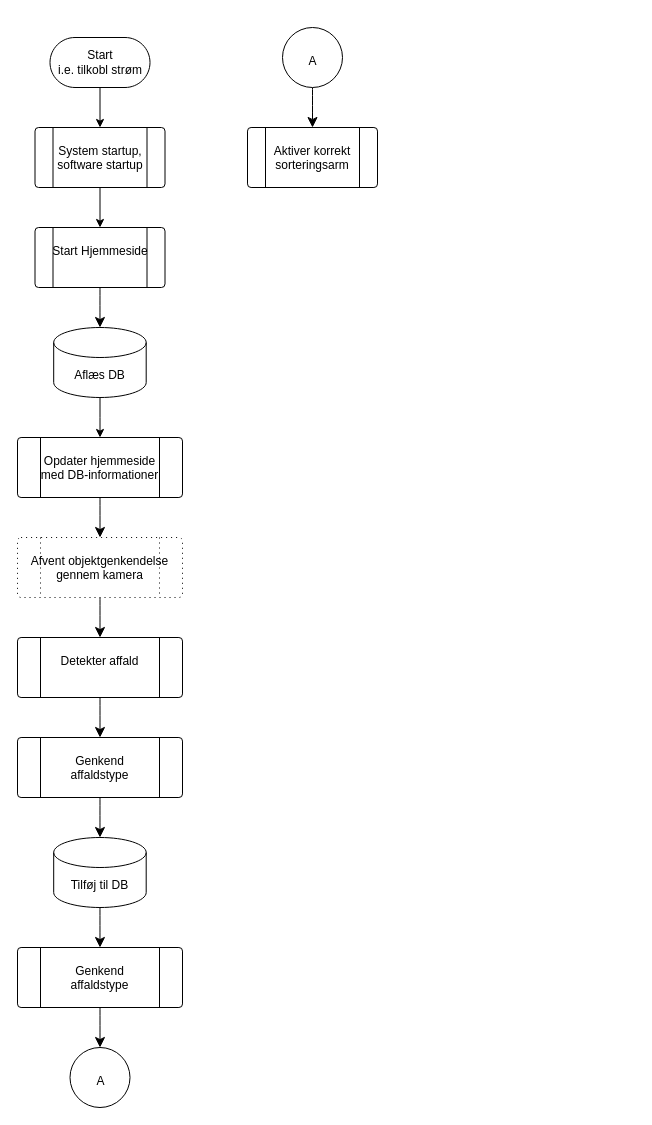
Before: flowchart.drawio in KEA-F25-B8-IoT2/SAAS, a draw.io diagram. Source tidied: cells renumbered, new cells numbered last; positions are measured from the earlier drawing's top-left corner, leaving out a move shared by most shapes. Both pictures are drawn from the tidied source at 100%, with x=0, y=0 at pixel (17, 27).
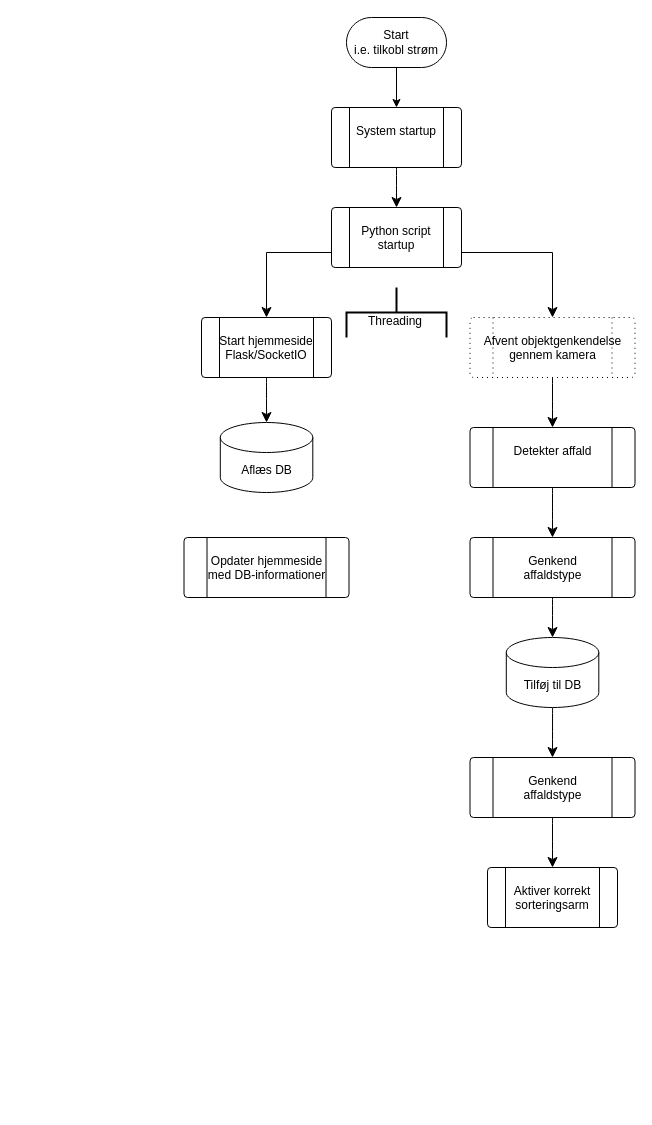
Above is the later version.

Commit message:
Updated with threading in mind

What changed in the source:
```diff
@@
     <mxCell id="3" value="Start&lt;br&gt;i.e. tilkobl strøm" style="html=1;dashed=0;whiteSpace=wrap;shape=mxgraph.dfd.start;" parent="1" vertex="1">
-      <mxGeometry x="32.5" y="10" width="100" height="50" as="geometry" />
+      <mxGeometry x="329" y="-10" width="100" height="50" as="geometry" />
     </mxCell>
-    <mxCell id="4" style="edgeStyle=orthogonalEdgeStyle;rounded=0;jettySize=auto;html=1;" parent="1" edge="1" source="5" target="7">
-      <mxGeometry relative="1" as="geometry" />
-    </mxCell>
+    <mxCell id="26" style="edgeStyle=none;curved=1;rounded=0;jettySize=auto;html=1;fontSize=12;startSize=8;endSize=8;" parent="1" edge="1" source="5" target="30">
+      <mxGeometry relative="1" as="geometry" />
+    </mxCell>
-    <mxCell id="5" value="System startup, software startup" style="verticalLabelPosition=bottom;verticalAlign=top;html=1;shape=process;whiteSpace=wrap;rounded=1;size=0.14;arcSize=6;align=center;spacingTop=-50;" parent="1" vertex="1">
-      <mxGeometry x="17.5" y="100" width="130" height="60" as="geometry" />
+    <mxCell id="5" value="System startup" style="verticalLabelPosition=bottom;verticalAlign=top;html=1;shape=process;whiteSpace=wrap;rounded=1;size=0.14;arcSize=6;align=center;spacingTop=-50;" parent="1" vertex="1">
+      <mxGeometry x="314" y="80" width="130" height="60" as="geometry" />
     </mxCell>
-    <mxCell id="6" style="edgeStyle=none;curved=1;rounded=0;jettySize=auto;html=1;fontSize=12;startSize=8;endSize=8;" parent="1" edge="1" source="7" target="11">
-      <mxGeometry relative="1" as="geometry" />
-    </mxCell>
-    <mxCell id="7" value="Start Hjemmeside" style="verticalLabelPosition=bottom;verticalAlign=top;html=1;shape=process;whiteSpace=wrap;rounded=1;size=0.14;arcSize=6;align=center;spacingTop=-50;" parent="1" vertex="1">
-      <mxGeometry x="17.5" y="200" width="130" height="60" as="geometry" />
-    </mxCell>
-    <mxCell id="8" style="edgeStyle=none;curved=1;rounded=0;jettySize=auto;html=1;fontSize=12;startSize=8;endSize=8;" parent="1" edge="1" source="9" target="13">
-      <mxGeometry relative="1" as="geometry" />
-    </mxCell>
     <mxCell id="9" value="Opdater hjemmeside&lt;br&gt;med DB-informationer" style="verticalLabelPosition=bottom;verticalAlign=top;html=1;shape=process;whiteSpace=wrap;rounded=1;size=0.14;arcSize=6;align=center;spacingTop=-50;" parent="1" vertex="1">
-      <mxGeometry y="410" width="165" height="60" as="geometry" />
+      <mxGeometry x="166.5" y="510" width="165" height="60" as="geometry" />
     </mxCell>
-    <mxCell id="10" style="edgeStyle=orthogonalEdgeStyle;rounded=0;jettySize=auto;html=1;" parent="1" edge="1" source="11" target="9">
-      <mxGeometry relative="1" as="geometry" />
-    </mxCell>
     <mxCell id="11" value="Aflæs DB" style="shape=cylinder3;whiteSpace=wrap;html=1;boundedLbl=1;backgroundOutline=1;size=15;" parent="1" vertex="1">
-      <mxGeometry x="36.2" y="300" width="92.5" height="70" as="geometry" />
+      <mxGeometry x="202.8" y="395" width="92.5" height="70" as="geometry" />
     </mxCell>
@@
     <mxCell id="13" value="Afvent objektgenkendelse&lt;br&gt;gennem kamera" style="verticalLabelPosition=bottom;verticalAlign=top;html=1;shape=process;whiteSpace=wrap;rounded=1;size=0.14;arcSize=6;align=center;spacingTop=-50;strokeColor=default;dashed=1;dashPattern=1 4;" parent="1" vertex="1">
-      <mxGeometry y="510" width="165" height="60" as="geometry" />
+      <mxGeometry x="452.5" y="290" width="165" height="60" as="geometry" />
     </mxCell>
+    <mxCell id="17" value="Genkend&lt;br&gt;affaldstype" style="verticalLabelPosition=bottom;verticalAlign=top;html=1;shape=process;whiteSpace=wrap;rounded=1;size=0.14;arcSize=6;align=center;spacingTop=-50;" parent="1" vertex="1">
+      <mxGeometry x="452.5" y="510" width="165" height="60" as="geometry" />
+    </mxCell>
+    <mxCell id="18" style="edgeStyle=none;curved=1;rounded=0;jettySize=auto;html=1;exitX=0.5;exitY=1;exitDx=0;exitDy=0;exitPerimeter=0;entryX=0.5;entryY=0;entryDx=0;entryDy=0;fontSize=12;startSize=8;endSize=8;" parent="1" edge="1" source="19" target="21">
+      <mxGeometry relative="1" as="geometry" />
+    </mxCell>
+    <mxCell id="19" value="Tilføj til DB" style="shape=cylinder3;whiteSpace=wrap;html=1;boundedLbl=1;backgroundOutline=1;size=15;" parent="1" vertex="1">
+      <mxGeometry x="488.8" y="610" width="92.5" height="70" as="geometry" />
+    </mxCell>
+    <mxCell id="27" style="edgeStyle=none;curved=1;rounded=0;jettySize=auto;html=1;exitX=0.5;exitY=1;exitDx=0;exitDy=0;entryX=0.5;entryY=0;entryDx=0;entryDy=0;fontSize=12;startSize=8;endSize=8;" parent="1" edge="1" source="21" target="25">
+      <mxGeometry relative="1" as="geometry" />
+    </mxCell>
+    <mxCell id="21" value="Genkend&lt;br&gt;affaldstype" style="verticalLabelPosition=bottom;verticalAlign=top;html=1;shape=process;whiteSpace=wrap;rounded=1;size=0.14;arcSize=6;align=center;spacingTop=-50;" parent="1" vertex="1">
+      <mxGeometry x="452.5" y="730" width="165" height="60" as="geometry" />
+    </mxCell>
+    <mxCell id="25" value="Aktiver korrekt&lt;div&gt;sorteringsarm&lt;/div&gt;" style="verticalLabelPosition=bottom;verticalAlign=top;html=1;shape=process;whiteSpace=wrap;rounded=1;size=0.14;arcSize=6;align=center;spacingTop=-50;" parent="1" vertex="1">
+      <mxGeometry x="470" y="840" width="130" height="60" as="geometry" />
+    </mxCell>
+    <mxCell id="28" style="edgeStyle=orthogonalEdgeStyle;rounded=0;jettySize=auto;html=1;exitX=0;exitY=0.75;exitDx=0;exitDy=0;entryX=0.5;entryY=0;entryDx=0;entryDy=0;fontSize=12;startSize=8;endSize=8;" parent="1" edge="1" source="30" target="31">
+      <mxGeometry relative="1" as="geometry" />
+    </mxCell>
+    <mxCell id="29" style="edgeStyle=orthogonalEdgeStyle;rounded=0;jettySize=auto;html=1;exitX=1;exitY=0.75;exitDx=0;exitDy=0;entryX=0.5;entryY=0;entryDx=0;entryDy=0;fontSize=12;startSize=8;endSize=8;" parent="1" edge="1" source="30" target="13">
+      <mxGeometry relative="1" as="geometry" />
+    </mxCell>
+    <mxCell id="30" value="Python script&lt;br&gt;startup" style="verticalLabelPosition=bottom;verticalAlign=top;html=1;shape=process;whiteSpace=wrap;rounded=1;size=0.14;arcSize=6;align=center;spacingTop=-50;" parent="1" vertex="1">
+      <mxGeometry x="314" y="180" width="130" height="60" as="geometry" />
+    </mxCell>
+    <mxCell id="31" value="Start hjemmeside&lt;br&gt;Flask/SocketIO" style="verticalLabelPosition=bottom;verticalAlign=top;html=1;shape=process;whiteSpace=wrap;rounded=1;size=0.14;arcSize=6;align=center;spacingTop=-50;" parent="1" vertex="1">
+      <mxGeometry x="184" y="290" width="130" height="60" as="geometry" />
+    </mxCell>
-    <mxCell id="14" style="edgeStyle=none;curved=1;rounded=0;jettySize=auto;html=1;fontSize=12;startSize=8;endSize=8;" parent="1" edge="1" source="15" target="17">
+    <mxCell id="14" style="edgeStyle=none;curved=1;rounded=0;jettySize=auto;html=1;exitX=0.5;exitY=1;exitDx=0;exitDy=0;entryX=0.5;entryY=0;entryDx=0;entryDy=0;fontSize=12;startSize=8;endSize=8;" parent="1" edge="1" source="15" target="17">
       <mxGeometry relative="1" as="geometry" />
     </mxCell>
     <mxCell id="15" value="Detekter affald" style="verticalLabelPosition=bottom;verticalAlign=top;html=1;shape=process;whiteSpace=wrap;rounded=1;size=0.14;arcSize=6;align=center;spacingTop=-50;" parent="1" vertex="1">
-      <mxGeometry y="610" width="165" height="60" as="geometry" />
+      <mxGeometry x="452.5" y="400" width="165" height="60" as="geometry" />
     </mxCell>
-    <mxCell id="16" style="edgeStyle=none;curved=1;rounded=0;jettySize=auto;html=1;fontSize=12;startSize=8;endSize=8;" parent="1" edge="1" source="17" target="19">
+    <mxCell id="16" style="edgeStyle=none;curved=1;rounded=0;jettySize=auto;html=1;exitX=0.5;exitY=1;exitDx=0;exitDy=0;entryX=0.5;entryY=0;entryDx=0;entryDy=0;entryPerimeter=0;fontSize=12;startSize=8;endSize=8;" parent="1" edge="1" source="17" target="19">
       <mxGeometry relative="1" as="geometry" />
     </mxCell>
-    <mxCell id="17" value="Genkend&lt;br&gt;affaldstype" style="verticalLabelPosition=bottom;verticalAlign=top;html=1;shape=process;whiteSpace=wrap;rounded=1;size=0.14;arcSize=6;align=center;spacingTop=-50;" parent="1" vertex="1">
-      <mxGeometry y="710" width="165" height="60" as="geometry" />
-    </mxCell>
-    <mxCell id="18" style="edgeStyle=none;curved=1;rounded=0;jettySize=auto;html=1;fontSize=12;startSize=8;endSize=8;" parent="1" edge="1" source="19" target="21">
-      <mxGeometry relative="1" as="geometry" />
-    </mxCell>
-    <mxCell id="19" value="Tilføj til DB" style="shape=cylinder3;whiteSpace=wrap;html=1;boundedLbl=1;backgroundOutline=1;size=15;" parent="1" vertex="1">
-      <mxGeometry x="36.2" y="810" width="92.5" height="70" as="geometry" />
-    </mxCell>
-    <mxCell id="20" style="edgeStyle=none;curved=1;rounded=0;jettySize=auto;html=1;fontSize=12;startSize=8;endSize=8;" parent="1" edge="1" source="21" target="22">
-      <mxGeometry relative="1" as="geometry" />
-    </mxCell>
-    <mxCell id="21" value="Genkend&lt;br&gt;affaldstype" style="verticalLabelPosition=bottom;verticalAlign=top;html=1;shape=process;whiteSpace=wrap;rounded=1;size=0.14;arcSize=6;align=center;spacingTop=-50;" parent="1" vertex="1">
-      <mxGeometry y="920" width="165" height="60" as="geometry" />
-    </mxCell>
-    <mxCell id="22" value="A" style="verticalLabelPosition=bottom;verticalAlign=top;html=1;shape=mxgraph.flowchart.on-page_reference;spacingTop=-40;" parent="1" vertex="1">
-      <mxGeometry x="52.5" y="1020" width="60" height="60" as="geometry" />
-    </mxCell>
-    <mxCell id="23" style="edgeStyle=none;curved=1;rounded=0;jettySize=auto;html=1;fontSize=12;startSize=8;endSize=8;" parent="1" edge="1" source="24" target="25">
-      <mxGeometry relative="1" as="geometry" />
-    </mxCell>
-    <mxCell id="24" value="A" style="verticalLabelPosition=bottom;verticalAlign=top;html=1;shape=mxgraph.flowchart.on-page_reference;spacingTop=-40;" parent="1" vertex="1">
-      <mxGeometry x="265" width="60" height="60" as="geometry" />
-    </mxCell>
-    <mxCell id="25" value="Aktiver korrekt&lt;div&gt;sorteringsarm&lt;/div&gt;" style="verticalLabelPosition=bottom;verticalAlign=top;html=1;shape=process;whiteSpace=wrap;rounded=1;size=0.14;arcSize=6;align=center;spacingTop=-50;" parent="1" vertex="1">
-      <mxGeometry x="230" y="100" width="130" height="60" as="geometry" />
-    </mxCell>
+    <mxCell id="32" style="edgeStyle=none;curved=1;rounded=0;jettySize=auto;html=1;exitX=0.5;exitY=1;exitDx=0;exitDy=0;entryX=0.5;entryY=0;entryDx=0;entryDy=0;entryPerimeter=0;fontSize=12;startSize=8;endSize=8;" parent="1" edge="1" source="31" target="11">
+      <mxGeometry relative="1" as="geometry" />
+    </mxCell>
+    <mxCell id="33" value="Threading" style="strokeWidth=2;html=1;shape=mxgraph.flowchart.annotation_2;align=left;labelPosition=right;direction=south;spacingTop=18;spacingLeft=-80;spacingRight=0;" parent="1" vertex="1">
+      <mxGeometry x="329" y="260" width="100" height="50" as="geometry" />
+    </mxCell>
```
